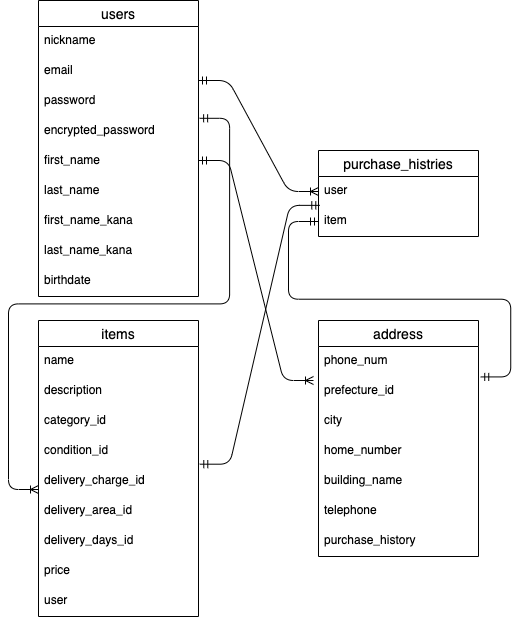
masataka-creator/furima-29611 keeps this draw.io diagram as ER.drawio.png. Above is the earlier version. Source tidied: cells renumbered, new cells last; positions are measured from the earlier drawing's top-left corner, leaving out a move shared by most shapes.
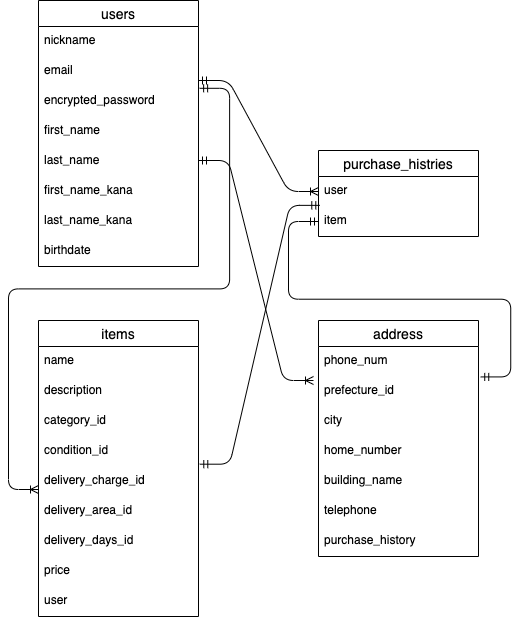
After the change.

What changed in the source:
```diff
@@ -3,7 +3,7 @@
     <mxCell id="0" />
     <mxCell id="1" parent="0" />
     <mxCell id="2" value="users" style="swimlane;fontStyle=0;horizontal=1;startSize=26;align=center;fontSize=14;" parent="1" vertex="1">
-      <mxGeometry width="160" height="296" as="geometry" />
+      <mxGeometry width="160" height="266" as="geometry" />
     </mxCell>
     <mxCell id="3" value="nickname" style="text;strokeColor=none;fillColor=none;spacingLeft=4;spacingRight=4;overflow=hidden;fontSize=12;" parent="2" vertex="1">
       <mxGeometry y="26" width="160" height="30" as="geometry" />
@@ -11,26 +11,23 @@
     <mxCell id="4" value="email" style="text;strokeColor=none;fillColor=none;spacingLeft=4;spacingRight=4;overflow=hidden;fontSize=12;" parent="2" vertex="1">
       <mxGeometry y="56" width="160" height="30" as="geometry" />
     </mxCell>
-    <mxCell id="5" value="password" style="text;strokeColor=none;fillColor=none;spacingLeft=4;spacingRight=4;overflow=hidden;fontSize=12;" parent="2" vertex="1">
-      <mxGeometry y="86" width="160" height="30" as="geometry" />
-    </mxCell>
     <mxCell id="6" value="encrypted_password" style="text;strokeColor=none;fillColor=none;spacingLeft=4;spacingRight=4;overflow=hidden;points=[[0,0.5],[1,0.5]];portConstraint=eastwest;fontSize=12;" parent="2" vertex="1">
-      <mxGeometry y="116" width="160" height="30" as="geometry" />
+      <mxGeometry y="86" width="160" height="30" as="geometry" />
     </mxCell>
     <mxCell id="7" value="first_name" style="text;strokeColor=none;fillColor=none;spacingLeft=4;spacingRight=4;overflow=hidden;fontSize=12;" parent="2" vertex="1">
-      <mxGeometry y="146" width="160" height="30" as="geometry" />
+      <mxGeometry y="116" width="160" height="30" as="geometry" />
     </mxCell>
     <mxCell id="8" value="last_name" style="text;strokeColor=none;fillColor=none;spacingLeft=4;spacingRight=4;overflow=hidden;fontSize=12;" parent="2" vertex="1">
-      <mxGeometry y="176" width="160" height="30" as="geometry" />
+      <mxGeometry y="146" width="160" height="30" as="geometry" />
     </mxCell>
     <mxCell id="9" value="first_name_kana" style="text;strokeColor=none;fillColor=none;spacingLeft=4;spacingRight=4;overflow=hidden;fontSize=12;" parent="2" vertex="1">
-      <mxGeometry y="206" width="160" height="30" as="geometry" />
+      <mxGeometry y="176" width="160" height="30" as="geometry" />
     </mxCell>
     <mxCell id="10" value="last_name_kana" style="text;strokeColor=none;fillColor=none;spacingLeft=4;spacingRight=4;overflow=hidden;fontSize=12;" parent="2" vertex="1">
-      <mxGeometry y="236" width="160" height="30" as="geometry" />
+      <mxGeometry y="206" width="160" height="30" as="geometry" />
     </mxCell>
     <mxCell id="11" value="birthdate" style="text;strokeColor=none;fillColor=none;spacingLeft=4;spacingRight=4;overflow=hidden;fontSize=12;" parent="2" vertex="1">
-      <mxGeometry y="266" width="160" height="30" as="geometry" />
+      <mxGeometry y="236" width="160" height="30" as="geometry" />
     </mxCell>
     <mxCell id="12" style="edgeStyle=entityRelationEdgeStyle;fontSize=12;html=1;endArrow=ERoneToMany;startArrow=ERmandOne;exitX=1.007;exitY=0.06;exitDx=0;exitDy=0;exitPerimeter=0;" parent="1" edge="1" source="6">
       <mxGeometry relative="1" as="geometry">
```
